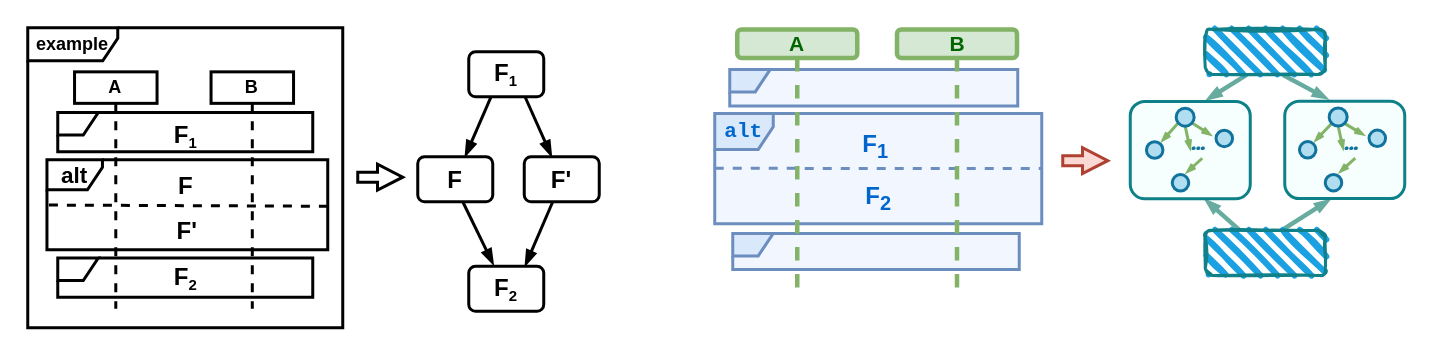
This is alt.drawio from ShiYufei0708/draw, a draw.io file, before an edit. Source tidied: cells renumbered, new cells numbered last; positions are measured from the earlier drawing's top-left corner, leaving out a move shared by most shapes. Both pictures are drawn from the tidied source at 150%, with x=0, y=0 at pixel (27, 27).
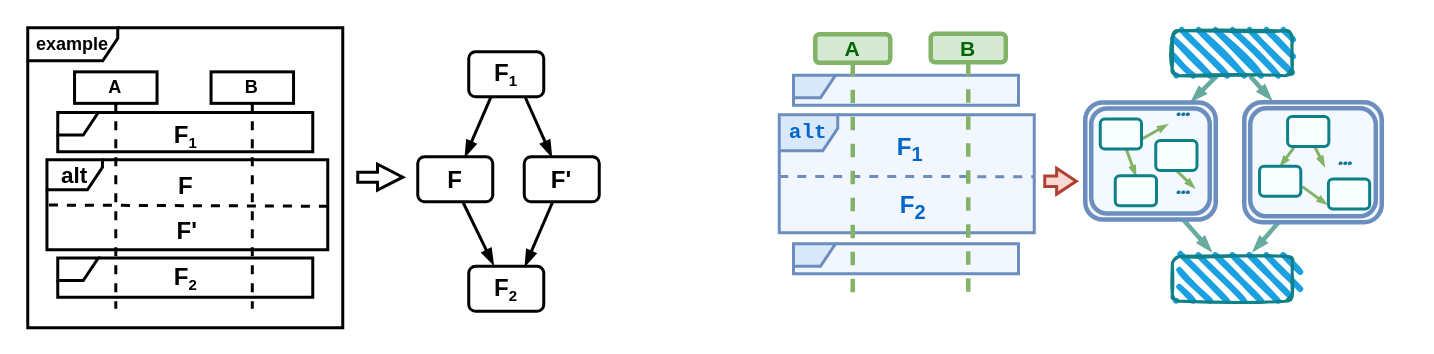
Above is the later version.

The edit, as a diff of the source:
```diff
@@
-    <mxCell id="2" style="rounded=0;jettySize=auto;html=1;strokeColor=light-dark(#67AB9F,#EDEDED);endArrow=blockThin;endFill=1;endSize=3;strokeWidth=3;exitX=0.649;exitY=1.013;exitDx=0;exitDy=0;exitPerimeter=0;entryX=0.359;entryY=-0.023;entryDx=0;entryDy=0;entryPerimeter=0;" parent="1" edge="1" source="36" target="51">
-      <mxGeometry relative="1" as="geometry" />
-    </mxCell>
-    <mxCell id="3" style="rounded=0;jettySize=auto;html=1;strokeWidth=3;endArrow=blockThin;endFill=1;endSize=3;strokeColor=light-dark(#68ab9f, #ededed);exitX=0.662;exitY=-0.044;exitDx=0;exitDy=0;exitPerimeter=0;entryX=0.377;entryY=1.01;entryDx=0;entryDy=0;entryPerimeter=0;" parent="1" edge="1" source="38" target="51">
-      <mxGeometry relative="1" as="geometry" />
-    </mxCell>
-    <mxCell id="4" style="group;" parent="1" vertex="1">
-      <mxGeometry x="458" y="57.1" width="218" height="73.6" as="geometry" />
-    </mxCell>
-    <mxCell id="5" value="&lt;font face=&quot;Courier New&quot; style=&quot;color: light-dark(rgb(0, 103, 204), rgb(237, 237, 237)); font-size: 14px;&quot;&gt;&lt;b style=&quot;&quot;&gt;alt&lt;/b&gt;&lt;/font&gt;" style="shape=umlFrame;whiteSpace=wrap;html=1;width=39;height=24;fillColor=#dae8fc;strokeColor=#6c8ebf;fillStyle=auto;shadow=0;strokeWidth=2;swimlaneFillColor=light-dark(#F2F7FF,#002813);" parent="4" vertex="1">
-      <mxGeometry width="218" height="73.6" as="geometry" />
-    </mxCell>
-    <mxCell id="6" value="&lt;span style=&quot;font-size: 16px;&quot;&gt;&lt;font style=&quot;color: rgb(0, 102, 204);&quot;&gt;F&lt;sub style=&quot;&quot;&gt;1&lt;/sub&gt;&lt;/font&gt;&lt;/span&gt;" style="text;html=1;align=center;verticalAlign=middle;strokeColor=none;fillColor=none;fontStyle=1;strokeWidth=2;" parent="4" vertex="1">
-      <mxGeometry x="89" y="5.3" width="35" height="34" as="geometry" />
-    </mxCell>
-    <mxCell id="7" style="endArrow=none;dashed=1;html=1;rounded=0;entryX=0.998;entryY=0.553;entryDx=0;entryDy=0;entryPerimeter=0;fontStyle=1;strokeWidth=2;exitX=-0.001;exitY=0.565;exitDx=0;exitDy=0;exitPerimeter=0;strokeColor=light-dark(#6c8ebf, #ededed);" parent="4" edge="1">
-      <mxGeometry relative="1" as="geometry">
-        <mxPoint y="36.6" as="sourcePoint" />
-        <mxPoint x="217.8" y="36.8" as="targetPoint" />
-      </mxGeometry>
-    </mxCell>
-    <mxCell id="8" value="&lt;span style=&quot;font-size: 16px;&quot;&gt;&lt;font style=&quot;color: rgb(0, 102, 204);&quot;&gt;F&lt;sub style=&quot;&quot;&gt;2&lt;/sub&gt;&lt;/font&gt;&lt;/span&gt;" style="text;html=1;align=center;verticalAlign=middle;strokeColor=none;fillColor=none;fontStyle=1;strokeWidth=2;" parent="4" vertex="1">
-      <mxGeometry x="91.5" y="39.6" width="35" height="34" as="geometry" />
-    </mxCell>
-    <mxCell id="9" style="shape=umlFrame;whiteSpace=wrap;html=1;width=27;height=15;fillColor=#dae8fc;strokeColor=#6c8ebf;fillStyle=auto;shadow=0;strokeWidth=2;swimlaneFillColor=light-dark(#F2F7FF,#002813);" parent="1" vertex="1">
-      <mxGeometry x="468" y="27.8" width="192" height="24.3" as="geometry" />
-    </mxCell>
@@
-    <mxCell id="31" style="shape=umlFrame;whiteSpace=wrap;html=1;width=27;height=15;fillColor=#dae8fc;strokeColor=#6c8ebf;fillStyle=auto;shadow=0;strokeWidth=2;swimlaneFillColor=light-dark(#F2F7FF,#002813);" parent="1" vertex="1">
-      <mxGeometry x="470" y="137.1" width="191" height="24" as="geometry" />
-    </mxCell>
+    <mxCell id="61" style="group;" parent="1" vertex="1">
+      <mxGeometry x="501" y="58" width="170" height="82.6" as="geometry" />
+    </mxCell>
+    <mxCell id="5" value="&lt;font face=&quot;Courier New&quot; style=&quot;color: light-dark(rgb(0, 103, 204), rgb(237, 237, 237)); font-size: 14px;&quot;&gt;&lt;b style=&quot;&quot;&gt;alt&lt;/b&gt;&lt;/font&gt;" style="shape=umlFrame;whiteSpace=wrap;html=1;width=39;height=24;fillColor=#dae8fc;strokeColor=#6c8ebf;fillStyle=auto;shadow=0;strokeWidth=2;swimlaneFillColor=light-dark(#F2F7FF,#002813);" parent="61" vertex="1">
+      <mxGeometry width="170" height="78.6" as="geometry" />
+    </mxCell>
+    <mxCell id="6" value="&lt;span style=&quot;font-size: 16px;&quot;&gt;&lt;font style=&quot;color: rgb(0, 102, 204);&quot;&gt;F&lt;sub style=&quot;&quot;&gt;1&lt;/sub&gt;&lt;/font&gt;&lt;/span&gt;" style="text;html=1;align=center;verticalAlign=middle;strokeColor=none;fillColor=none;fontStyle=1;strokeWidth=2;" parent="61" vertex="1">
+      <mxGeometry x="69.4" y="5.9" width="35" height="34" as="geometry" />
+    </mxCell>
+    <mxCell id="62" style="endArrow=none;dashed=1;html=1;rounded=0;entryX=0.998;entryY=0.553;entryDx=0;entryDy=0;entryPerimeter=0;fontStyle=1;strokeWidth=2;exitX=-0.001;exitY=0.565;exitDx=0;exitDy=0;exitPerimeter=0;strokeColor=light-dark(#6c8ebf, #ededed);" parent="61" edge="1">
+      <mxGeometry relative="1" as="geometry">
+        <mxPoint y="41.1" as="sourcePoint" />
+        <mxPoint x="169.8" y="41.3" as="targetPoint" />
+      </mxGeometry>
+    </mxCell>
+    <mxCell id="8" value="&lt;span style=&quot;font-size: 16px;&quot;&gt;&lt;font style=&quot;color: rgb(0, 102, 204);&quot;&gt;F&lt;sub style=&quot;&quot;&gt;2&lt;/sub&gt;&lt;/font&gt;&lt;/span&gt;" style="text;html=1;align=center;verticalAlign=middle;strokeColor=none;fillColor=none;fontStyle=1;strokeWidth=2;" parent="61" vertex="1">
+      <mxGeometry x="71.4" y="44.5" width="35" height="34" as="geometry" />
+    </mxCell>
+    <mxCell id="63" style="rounded=0;jettySize=auto;html=1;strokeColor=light-dark(#67AB9F,#EDEDED);endArrow=blockThin;endFill=1;endSize=3;strokeWidth=3;exitX=0.649;exitY=1.013;exitDx=0;exitDy=0;exitPerimeter=0;entryX=0.154;entryY=-0.021;entryDx=0;entryDy=0;entryPerimeter=0;" parent="1" edge="1" source="66">
+      <mxGeometry relative="1" as="geometry">
+        <mxPoint x="829.1" y="48" as="targetPoint" />
+      </mxGeometry>
+    </mxCell>
+    <mxCell id="64" style="rounded=0;jettySize=auto;html=1;strokeWidth=3;endArrow=none;endFill=0;endSize=3;strokeColor=light-dark(#68ab9f, #ededed);entryX=0.25;entryY=1;entryDx=0;entryDy=0;startSize=3;startArrow=blockThin;startFill=1;" parent="1" edge="1" target="69">
+      <mxGeometry relative="1" as="geometry">
+        <mxPoint x="817" y="149" as="sourcePoint" />
+      </mxGeometry>
+    </mxCell>
+    <mxCell id="65" style="rounded=0;orthogonalLoop=1;jettySize=auto;html=1;strokeColor=light-dark(#67AB9F,#EDEDED);endArrow=blockThin;endFill=1;endSize=3;strokeWidth=3;exitX=0.348;exitY=1.005;exitDx=0;exitDy=0;exitPerimeter=0;entryX=0.636;entryY=-0.016;entryDx=0;entryDy=0;entryPerimeter=0;" parent="1" edge="1">
+      <mxGeometry relative="1" as="geometry">
+        <mxPoint x="792.8" y="32.1" as="sourcePoint" />
+        <mxPoint x="775.9" y="48.9" as="targetPoint" />
+      </mxGeometry>
+    </mxCell>
+    <mxCell id="66" style="rounded=1;whiteSpace=wrap;html=1;strokeWidth=2;fillWeight=4;hachureGap=8;hachureAngle=45;fillColor=#1ba1e2;sketch=1;strokeColor=light-dark(#108089, #ededed);" parent="1" vertex="1">
+      <mxGeometry x="763" y="2" width="80" height="30" as="geometry" />
+    </mxCell>
+    <mxCell id="67" style="rounded=0;jettySize=auto;html=1;strokeWidth=3;endArrow=none;endFill=0;endSize=3;strokeColor=light-dark(#68ab9f, #ededed);startSize=3;startArrow=blockThin;startFill=1;entryX=0.75;entryY=1;entryDx=0;entryDy=0;" parent="1" edge="1" target="78">
+      <mxGeometry relative="1" as="geometry">
+        <mxPoint x="789" y="149" as="sourcePoint" />
+      </mxGeometry>
+    </mxCell>
+    <mxCell id="68" style="rounded=1;whiteSpace=wrap;html=1;strokeWidth=2;fillWeight=4;hachureGap=8;hachureAngle=45;fillColor=#1ba1e2;sketch=1;strokeColor=light-dark(#108089, #ededed);" parent="1" vertex="1">
+      <mxGeometry x="763.1" y="152.3" width="80" height="30" as="geometry" />
+    </mxCell>
+    <mxCell id="69" style="shape=ext;double=1;rounded=1;whiteSpace=wrap;html=1;fillColor=#F4F9FF;strokeColor=#6c8ebf;strokeWidth=3;" parent="1" vertex="1">
+      <mxGeometry x="811" y="49.7" width="91.7" height="80" as="geometry" />
+    </mxCell>
+    <mxCell id="70" style="rounded=1;whiteSpace=wrap;html=1;verticalAlign=bottom;fontStyle=1;strokeWidth=2;fillColor=light-dark(#f8fffe, #103c3f);strokeColor=#0e8088;" parent="1" vertex="1">
+      <mxGeometry x="867.1" y="100.9" width="27.5" height="20" as="geometry" />
+    </mxCell>
+    <mxCell id="71" value="&lt;b&gt;&lt;font style=&quot;font-size: 22px;&quot; face=&quot;Comic Sans MS&quot;&gt;...&lt;/font&gt;&lt;/b&gt;" style="text;html=1;align=center;verticalAlign=middle;strokeColor=none;fillColor=none;fontColor=light-dark(#12739e, #ededed);" parent="1" vertex="1">
+      <mxGeometry x="854.3" y="66.6" width="47" height="38" as="geometry" />
+    </mxCell>
+    <mxCell id="72" style="rounded=0;orthogonalLoop=1;jettySize=auto;html=1;entryX=0.5;entryY=0;entryDx=0;entryDy=0;endArrow=blockThin;endFill=1;strokeWidth=2;endSize=2;strokeColor=light-dark(#82b366, #319eff);" parent="1" edge="1">
+      <mxGeometry relative="1" as="geometry">
+        <mxPoint x="858.1" y="79.4" as="sourcePoint" />
+        <mxPoint x="864.5" y="92.4" as="targetPoint" />
+      </mxGeometry>
+    </mxCell>
+    <mxCell id="73" style="rounded=0;jettySize=auto;html=1;endArrow=blockThin;endFill=1;strokeWidth=2;endSize=2;strokeColor=light-dark(#82b366, #319eff);exitX=0.154;exitY=1.04;exitDx=0;exitDy=0;exitPerimeter=0;entryX=0.5;entryY=0;entryDx=0;entryDy=0;" parent="1" edge="1" source="76" target="75">
+      <mxGeometry relative="1" as="geometry" />
+    </mxCell>
+    <mxCell id="74" style="rounded=0;orthogonalLoop=1;jettySize=auto;html=1;endArrow=blockThin;endFill=1;strokeWidth=2;endSize=2;strokeColor=light-dark(#82b366, #319eff);exitX=0.5;exitY=1;exitDx=0;exitDy=0;" parent="1" edge="1">
+      <mxGeometry relative="1" as="geometry">
+        <mxPoint x="849.7" y="105.9" as="sourcePoint" />
+        <mxPoint x="866.2" y="117.9" as="targetPoint" />
+      </mxGeometry>
+    </mxCell>
+    <mxCell id="75" style="rounded=1;whiteSpace=wrap;html=1;verticalAlign=bottom;fontStyle=1;strokeWidth=2;fillColor=light-dark(#f8fffe, #103c3f);strokeColor=#0e8088;" parent="1" vertex="1">
+      <mxGeometry x="821.2" y="92.3" width="27.5" height="20" as="geometry" />
+    </mxCell>
+    <mxCell id="76" style="rounded=1;whiteSpace=wrap;html=1;verticalAlign=bottom;fontStyle=1;strokeWidth=2;fillColor=light-dark(#f8fffe, #103c3f);strokeColor=#0e8088;" parent="1" vertex="1">
+      <mxGeometry x="839.9" y="59.1" width="27.5" height="20" as="geometry" />
+    </mxCell>
+    <mxCell id="77" style="group;" parent="1" vertex="1">
+      <mxGeometry x="705" y="39" width="94" height="91.8" as="geometry" />
+    </mxCell>
+    <mxCell id="78" style="shape=ext;double=1;rounded=1;whiteSpace=wrap;html=1;fillColor=#F4F9FF;strokeColor=#6c8ebf;strokeWidth=3;" parent="77" vertex="1">
+      <mxGeometry y="10.8" width="87" height="78" as="geometry" />
+    </mxCell>
+    <mxCell id="79" style="rounded=0;jettySize=auto;html=1;entryX=0.5;entryY=0;entryDx=0;entryDy=0;endArrow=blockThin;endFill=1;strokeWidth=2;endSize=2;strokeColor=light-dark(#82b366, #319eff);" parent="77" edge="1" source="85" target="80">
+      <mxGeometry relative="1" as="geometry" />
+    </mxCell>
+    <mxCell id="80" style="rounded=1;whiteSpace=wrap;html=1;verticalAlign=bottom;fontStyle=1;strokeWidth=2;fillColor=light-dark(#f8fffe, #103c3f);strokeColor=#0e8088;" parent="77" vertex="1">
+      <mxGeometry x="20" y="59.7" width="27.5" height="20" as="geometry" />
+    </mxCell>
+    <mxCell id="81" value="&lt;b&gt;&lt;font style=&quot;font-size: 22px;&quot; face=&quot;Comic Sans MS&quot;&gt;...&lt;/font&gt;&lt;/b&gt;" style="text;html=1;align=center;verticalAlign=middle;strokeColor=none;fillColor=none;fontColor=light-dark(#12739e, #ededed);" parent="77" vertex="1">
+      <mxGeometry x="41" y="47.2" width="47" height="38" as="geometry" />
+    </mxCell>
+    <mxCell id="82" value="&lt;b&gt;&lt;font style=&quot;font-size: 22px;&quot; face=&quot;Comic Sans MS&quot;&gt;...&lt;/font&gt;&lt;/b&gt;" style="text;html=1;align=center;verticalAlign=middle;strokeColor=none;fillColor=none;fontColor=light-dark(#12739e, #ededed);" parent="77" vertex="1">
+      <mxGeometry x="41" y="-5" width="47" height="38" as="geometry" />
+    </mxCell>
+    <mxCell id="83" style="rounded=0;orthogonalLoop=1;jettySize=auto;html=1;endArrow=blockThin;endFill=1;strokeWidth=2;endSize=2;strokeColor=light-dark(#82b366, #319eff);" parent="77" edge="1">
+      <mxGeometry relative="1" as="geometry">
+        <mxPoint x="34" y="37.3" as="sourcePoint" />
+        <mxPoint x="55" y="25.4" as="targetPoint" />
+      </mxGeometry>
+    </mxCell>
+    <mxCell id="84" style="rounded=0;jettySize=auto;html=1;endArrow=blockThin;endFill=1;strokeWidth=2;endSize=2;strokeColor=light-dark(#82b366, #319eff);exitX=0.5;exitY=1;exitDx=0;exitDy=0;" parent="77" edge="1" source="86">
+      <mxGeometry relative="1" as="geometry">
+        <mxPoint x="73" y="68" as="targetPoint" />
+      </mxGeometry>
+    </mxCell>
+    <mxCell id="85" style="rounded=1;whiteSpace=wrap;html=1;verticalAlign=bottom;fontStyle=1;strokeWidth=2;fillColor=light-dark(#f8fffe, #103c3f);strokeColor=#0e8088;" parent="77" vertex="1">
+      <mxGeometry x="10" y="21.9" width="27.5" height="20" as="geometry" />
+    </mxCell>
+    <mxCell id="86" style="rounded=1;whiteSpace=wrap;html=1;verticalAlign=bottom;fontStyle=1;strokeWidth=2;fillColor=light-dark(#f8fffe, #103c3f);strokeColor=#0e8088;" parent="77" vertex="1">
+      <mxGeometry x="47" y="36.1" width="27.5" height="20" as="geometry" />
+    </mxCell>
+    <mxCell id="87" style="group;" parent="1" vertex="1">
+      <mxGeometry x="498" y="4" width="175" height="175.4" as="geometry" />
+    </mxCell>
+    <mxCell id="88" style="shape=umlFrame;whiteSpace=wrap;html=1;width=28;height=15;fillColor=#dae8fc;strokeColor=#6c8ebf;fillStyle=auto;shadow=0;strokeWidth=2;swimlaneFillColor=light-dark(#F2F7FF,#002813);" parent="87" vertex="1">
+      <mxGeometry x="12.5" y="140" width="150" height="20" as="geometry" />
+    </mxCell>
+    <mxCell id="89" style="shape=umlFrame;whiteSpace=wrap;html=1;width=28;height=15;fillColor=#dae8fc;strokeColor=#6c8ebf;fillStyle=auto;shadow=0;strokeWidth=2;swimlaneFillColor=light-dark(#F2F7FF,#002813);" parent="87" vertex="1">
+      <mxGeometry x="12.5" y="27.7" width="150" height="20" as="geometry" />
+    </mxCell>
-    <mxCell id="32" value="&lt;font face=&quot;Helvetica&quot; style=&quot;color: rgb(0, 102, 0); font-size: 14px;&quot;&gt;&lt;b style=&quot;&quot;&gt;A&lt;/b&gt;&lt;/font&gt;" style="shape=umlLifeline;perimeter=lifelinePerimeter;whiteSpace=wrap;html=1;newEdgeStyle={&quot;curved&quot;:0,&quot;rounded&quot;:0};size=19;fillColor=#d5e8d4;strokeColor=#82b366;strokeWidth=3;rounded=1;shadow=0;" parent="1" vertex="1">
-      <mxGeometry x="473" y="1.1" width="80" height="175" as="geometry" />
+    <mxCell id="32" value="&lt;font face=&quot;Helvetica&quot; style=&quot;color: rgb(0, 102, 0); font-size: 14px;&quot;&gt;&lt;b style=&quot;&quot;&gt;A&lt;/b&gt;&lt;/font&gt;" style="shape=umlLifeline;perimeter=lifelinePerimeter;whiteSpace=wrap;html=1;newEdgeStyle={&quot;curved&quot;:0,&quot;rounded&quot;:0};size=19;fillColor=#d5e8d4;strokeColor=#82b366;strokeWidth=3;rounded=1;shadow=0;" parent="87" vertex="1">
+      <mxGeometry x="27" y="0.4" width="50" height="175" as="geometry" />
     </mxCell>
-    <mxCell id="33" value="&lt;font face=&quot;Helvetica&quot; style=&quot;color: rgb(0, 102, 0); font-size: 14px;&quot;&gt;&lt;b style=&quot;&quot;&gt;B&lt;/b&gt;&lt;/font&gt;" style="shape=umlLifeline;perimeter=lifelinePerimeter;whiteSpace=wrap;html=1;newEdgeStyle={&quot;curved&quot;:0,&quot;rounded&quot;:0};size=19;fillColor=#d5e8d4;strokeColor=#82b366;strokeWidth=3;rounded=1;shadow=0;" parent="1" vertex="1">
-      <mxGeometry x="579.5" y="1.1" width="80" height="175" as="geometry" />
+    <mxCell id="33" value="&lt;font face=&quot;Helvetica&quot; style=&quot;color: rgb(0, 102, 0); font-size: 14px;&quot;&gt;&lt;b style=&quot;&quot;&gt;B&lt;/b&gt;&lt;/font&gt;" style="shape=umlLifeline;perimeter=lifelinePerimeter;whiteSpace=wrap;html=1;newEdgeStyle={&quot;curved&quot;:0,&quot;rounded&quot;:0};size=19;fillColor=#d5e8d4;strokeColor=#82b366;strokeWidth=3;rounded=1;shadow=0;" parent="87" vertex="1">
+      <mxGeometry x="104" width="50" height="175" as="geometry" />
     </mxCell>
-    <mxCell id="34" style="rounded=0;jettySize=auto;html=1;strokeColor=light-dark(#67AB9F,#EDEDED);endArrow=blockThin;endFill=1;endSize=3;strokeWidth=3;exitX=0.348;exitY=1.005;exitDx=0;exitDy=0;exitPerimeter=0;entryX=0.636;entryY=-0.016;entryDx=0;entryDy=0;entryPerimeter=0;" parent="1" edge="1" source="36" target="40">
-      <mxGeometry relative="1" as="geometry" />
-    </mxCell>
-    <mxCell id="35" style="html=1;shadow=0;dashed=0;align=center;verticalAlign=middle;shape=mxgraph.arrows2.arrow;dy=0.61;dx=16.82;notch=0;strokeWidth=2;fillColor=#fad9d5;strokeColor=#ae4132;" parent="1" vertex="1">
-      <mxGeometry x="690" y="80" width="30" height="17.2" as="geometry" />
-    </mxCell>
-    <mxCell id="36" style="rounded=1;whiteSpace=wrap;html=1;strokeWidth=2;fillWeight=4;hachureGap=8;hachureAngle=45;fillColor=#1ba1e2;sketch=1;strokeColor=light-dark(#108089, #ededed);" parent="1" vertex="1">
-      <mxGeometry x="785" y="1.1" width="80" height="30" as="geometry" />
-    </mxCell>
-    <mxCell id="37" style="rounded=0;jettySize=auto;html=1;entryX=0.624;entryY=1.008;entryDx=0;entryDy=0;strokeWidth=3;endArrow=blockThin;endFill=1;endSize=3;strokeColor=light-dark(#68ab9f, #ededed);entryPerimeter=0;" parent="1" edge="1" source="38" target="40">
-      <mxGeometry relative="1" as="geometry" />
-    </mxCell>
-    <mxCell id="38" style="rounded=1;whiteSpace=wrap;html=1;strokeWidth=2;fillWeight=4;hachureGap=8;hachureAngle=45;fillColor=#1ba1e2;sketch=1;strokeColor=light-dark(#108089, #ededed);" parent="1" vertex="1">
-      <mxGeometry x="785" y="135.1" width="80" height="30" as="geometry" />
-    </mxCell>
-    <mxCell id="39" style="group;" parent="1" vertex="1">
-      <mxGeometry x="730" y="49.1" width="89" height="64.9" as="geometry" />
-    </mxCell>
-    <mxCell id="40" style="rounded=1;whiteSpace=wrap;html=1;strokeWidth=2;fillColor=#F7FFFE;strokeColor=#0e8088;" parent="39" vertex="1">
-      <mxGeometry x="5" width="80" height="64.9" as="geometry" />
-    </mxCell>
-    <mxCell id="41" style="rounded=0;jettySize=auto;html=1;endArrow=openThin;endFill=0;strokeColor=#82b366;strokeWidth=2;fillColor=#d5e8d4;endSize=3;entryX=-0.25;entryY=0.336;entryDx=0;entryDy=0;entryPerimeter=0;exitX=1;exitY=1;exitDx=0;exitDy=0;" parent="39" edge="1" source="48" target="42">
-      <mxGeometry relative="1" as="geometry" />
-    </mxCell>
-    <mxCell id="42" style="ellipse;whiteSpace=wrap;html=1;strokeWidth=2;fillColor=#b1ddf0;strokeColor=#10739e;" parent="39" vertex="1">
-      <mxGeometry x="62.2" y="19.2" width="11" height="11" as="geometry" />
-    </mxCell>
-    <mxCell id="43" style="ellipse;whiteSpace=wrap;html=1;strokeWidth=2;fillColor=#b1ddf0;strokeColor=#10739e;" parent="39" vertex="1">
-      <mxGeometry x="33" y="48.8" width="11" height="11" as="geometry" />
-    </mxCell>
-    <mxCell id="44" style="ellipse;whiteSpace=wrap;html=1;strokeWidth=2;fillColor=#b1ddf0;strokeColor=#10739e;" parent="39" vertex="1">
-      <mxGeometry x="15.8" y="26.9" width="11" height="11" as="geometry" />
-    </mxCell>
-    <mxCell id="45" style="rounded=0;jettySize=auto;html=1;endArrow=openThin;endFill=0;strokeColor=#82b366;strokeWidth=2;fillColor=#d5e8d4;endSize=3;exitX=0;exitY=1;exitDx=0;exitDy=0;entryX=0.89;entryY=0.017;entryDx=0;entryDy=0;entryPerimeter=0;" parent="39" edge="1" source="48" target="44">
-      <mxGeometry relative="1" as="geometry" />
-    </mxCell>
-    <mxCell id="46" style="rounded=0;jettySize=auto;html=1;endArrow=openThin;endFill=0;strokeColor=#82b366;strokeWidth=2;fillColor=#d5e8d4;endSize=3;exitX=0.5;exitY=1;exitDx=0;exitDy=0;" parent="39" edge="1" source="48">
-      <mxGeometry relative="1" as="geometry">
-        <mxPoint x="45.1" y="32.6" as="targetPoint" />
-      </mxGeometry>
-    </mxCell>
-    <mxCell id="47" style="rounded=0;orthogonalLoop=1;jettySize=auto;html=1;endArrow=openThin;endFill=0;strokeColor=#82b366;strokeWidth=2;fillColor=#d5e8d4;endSize=3;" parent="39" edge="1">
-      <mxGeometry relative="1" as="geometry">
-        <mxPoint x="53" y="37.9" as="sourcePoint" />
-        <mxPoint x="42" y="47.9" as="targetPoint" />
-      </mxGeometry>
-    </mxCell>
-    <mxCell id="48" style="ellipse;whiteSpace=wrap;html=1;strokeWidth=2;fillColor=#b1ddf0;strokeColor=#10739e;" parent="39" vertex="1">
-      <mxGeometry x="35.6" y="4.5" width="12" height="12" as="geometry" />
-    </mxCell>
-    <mxCell id="49" value="&lt;b&gt;&lt;font style=&quot;font-size: 22px;&quot; face=&quot;Comic Sans MS&quot;&gt;...&lt;/font&gt;&lt;/b&gt;" style="text;html=1;align=center;verticalAlign=middle;strokeColor=none;fillColor=none;fontColor=light-dark(#12739e, #ededed);" parent="39" vertex="1">
-      <mxGeometry x="26.8" y="7.5" width="47" height="38" as="geometry" />
-    </mxCell>
-    <mxCell id="50" style="group;" parent="1" vertex="1">
-      <mxGeometry x="832" y="49" width="89" height="64.9" as="geometry" />
-    </mxCell>
-    <mxCell id="51" style="rounded=1;whiteSpace=wrap;html=1;strokeWidth=2;fillColor=#F7FFFE;strokeColor=#0e8088;" parent="50" vertex="1">
-      <mxGeometry x="6" width="80" height="64.9" as="geometry" />
-    </mxCell>
-    <mxCell id="52" style="rounded=0;jettySize=auto;html=1;endArrow=openThin;endFill=0;strokeColor=#82b366;strokeWidth=2;fillColor=#d5e8d4;endSize=3;entryX=-0.25;entryY=0.336;entryDx=0;entryDy=0;entryPerimeter=0;exitX=1;exitY=1;exitDx=0;exitDy=0;" parent="50" edge="1" source="59" target="53">
-      <mxGeometry relative="1" as="geometry" />
-    </mxCell>
-    <mxCell id="53" style="ellipse;whiteSpace=wrap;html=1;strokeWidth=2;fillColor=#b1ddf0;strokeColor=#10739e;" parent="50" vertex="1">
-      <mxGeometry x="62.2" y="19.2" width="11" height="11" as="geometry" />
-    </mxCell>
-    <mxCell id="54" style="ellipse;whiteSpace=wrap;html=1;strokeWidth=2;fillColor=#b1ddf0;strokeColor=#10739e;" parent="50" vertex="1">
-      <mxGeometry x="33" y="48.8" width="11" height="11" as="geometry" />
-    </mxCell>
-    <mxCell id="55" style="ellipse;whiteSpace=wrap;html=1;strokeWidth=2;fillColor=#b1ddf0;strokeColor=#10739e;" parent="50" vertex="1">
-      <mxGeometry x="15.8" y="26.9" width="11" height="11" as="geometry" />
-    </mxCell>
-    <mxCell id="56" style="rounded=0;jettySize=auto;html=1;endArrow=openThin;endFill=0;strokeColor=#82b366;strokeWidth=2;fillColor=#d5e8d4;endSize=3;exitX=0;exitY=1;exitDx=0;exitDy=0;entryX=0.89;entryY=0.017;entryDx=0;entryDy=0;entryPerimeter=0;" parent="50" edge="1" source="59" target="55">
-      <mxGeometry relative="1" as="geometry" />
-    </mxCell>
-    <mxCell id="57" style="rounded=0;jettySize=auto;html=1;endArrow=openThin;endFill=0;strokeColor=#82b366;strokeWidth=2;fillColor=#d5e8d4;endSize=3;exitX=0.5;exitY=1;exitDx=0;exitDy=0;" parent="50" edge="1" source="59">
-      <mxGeometry relative="1" as="geometry">
-        <mxPoint x="45.1" y="32.6" as="targetPoint" />
-      </mxGeometry>
-    </mxCell>
-    <mxCell id="58" style="rounded=0;orthogonalLoop=1;jettySize=auto;html=1;endArrow=openThin;endFill=0;strokeColor=#82b366;strokeWidth=2;fillColor=#d5e8d4;endSize=3;" parent="50" edge="1">
-      <mxGeometry relative="1" as="geometry">
-        <mxPoint x="53" y="37.9" as="sourcePoint" />
-        <mxPoint x="42" y="47.9" as="targetPoint" />
-      </mxGeometry>
-    </mxCell>
-    <mxCell id="59" style="ellipse;whiteSpace=wrap;html=1;strokeWidth=2;fillColor=#b1ddf0;strokeColor=#10739e;" parent="50" vertex="1">
-      <mxGeometry x="35.6" y="4.5" width="12" height="12" as="geometry" />
-    </mxCell>
-    <mxCell id="60" value="&lt;b&gt;&lt;font style=&quot;font-size: 22px;&quot; face=&quot;Comic Sans MS&quot;&gt;...&lt;/font&gt;&lt;/b&gt;" style="text;html=1;align=center;verticalAlign=middle;strokeColor=none;fillColor=none;fontColor=light-dark(#12739e, #ededed);" parent="50" vertex="1">
-      <mxGeometry x="26.2" y="7.9" width="47" height="38" as="geometry" />
-    </mxCell>
+    <mxCell id="90" style="html=1;shadow=0;dashed=0;align=center;verticalAlign=middle;shape=mxgraph.arrows2.arrow;dy=0.59;dx=13.07;notch=0;strokeWidth=2;fillColor=#fad9d5;strokeColor=#ae4132;" parent="1" vertex="1">
+      <mxGeometry x="678" y="93.7" width="21" height="17.2" as="geometry" />
+    </mxCell>
```
